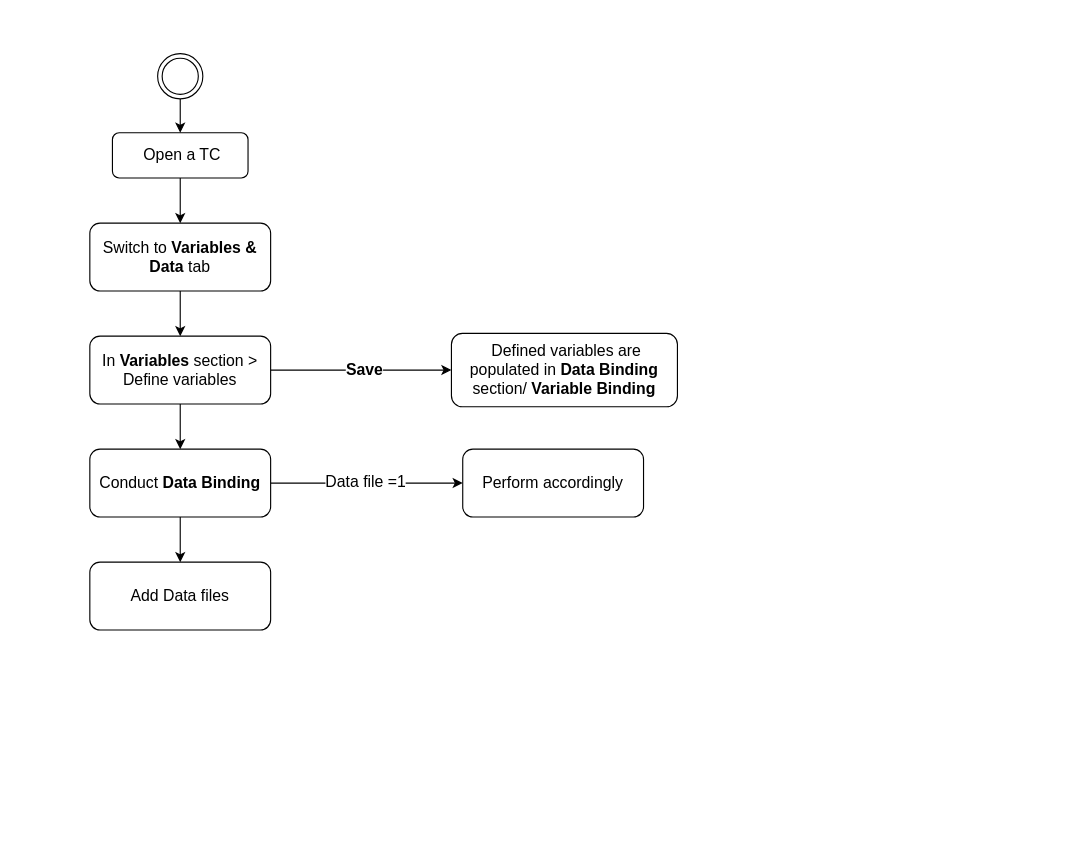
Above: flowchart.drawio in nhpthuy/chart (draw.io), before the change. Source tidied: cells renumbered, new cells numbered last; positions are measured from the earlier drawing's top-left corner, leaving out a move shared by most shapes. Both pictures are drawn from the tidied source at 113%, with x=0, y=0 at pixel (89, 53).
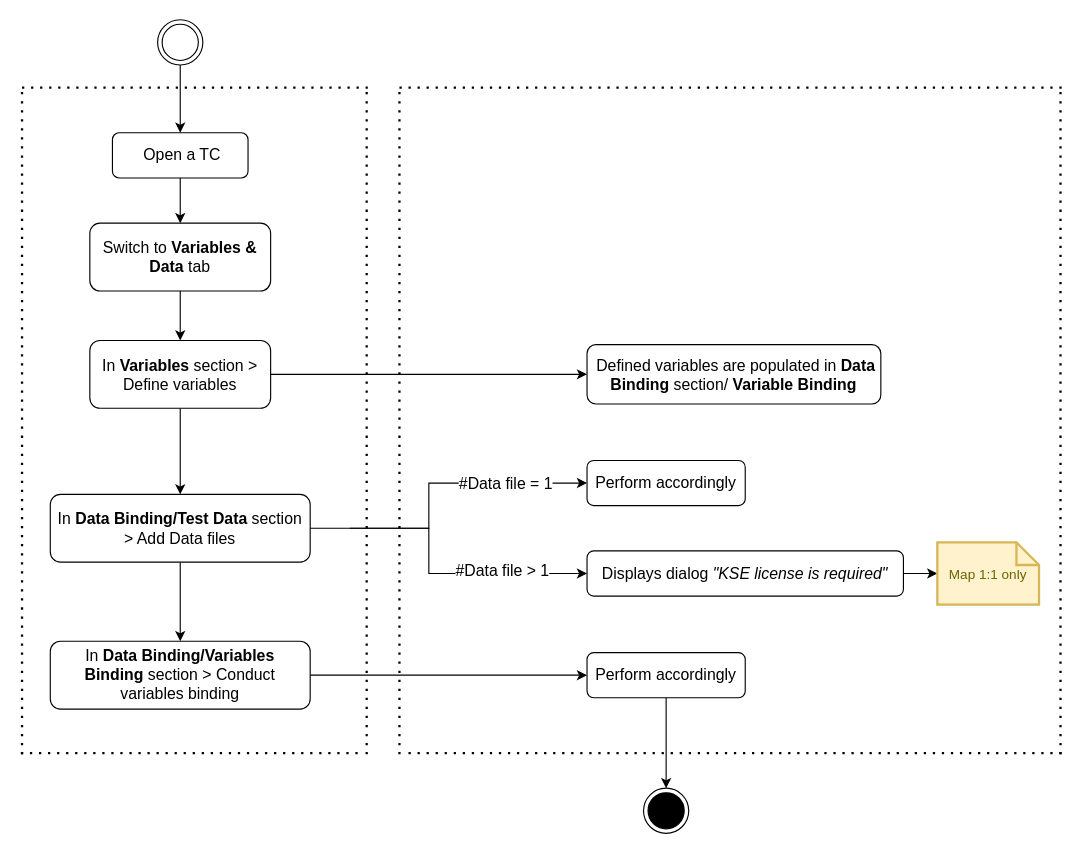
The same diagram, later.

The change refers to these unchanged cells:
```xml
<mxCell id="8" style="edgeStyle=orthogonalEdgeStyle;rounded=0;jettySize=auto;html=1;fontSize=14;" parent="1" edge="1" source="11" target="12">
  <mxGeometry relative="1" as="geometry" />
</mxCell>
```

Diff of the diagram source:
```diff
@@
     <mxCell id="5" style="ellipse;shape=doubleEllipse;html=1;dashed=0;whitespace=wrap;fontSize=14;" parent="1" vertex="1">
-      <mxGeometry x="60" width="40" height="40" as="geometry" />
+      <mxGeometry x="60" y="-30" width="40" height="40" as="geometry" />
     </mxCell>
@@
-    <mxCell id="9" value="Save" style="edgeLabel;html=1;align=center;verticalAlign=middle;fontSize=14;fontStyle=1;" parent="8" vertex="1">
-      <mxGeometry x="-0.17" y="2" relative="1" as="geometry">
-        <mxPoint x="16" y="1" as="offset" />
-      </mxGeometry>
-    </mxCell>
-    <mxCell id="10" style="edgeStyle=orthogonalEdgeStyle;rounded=0;jettySize=auto;html=1;fontSize=14;" parent="1" edge="1" source="11" target="16">
-      <mxGeometry relative="1" as="geometry" />
-    </mxCell>
+    <mxCell id="19" style="edgeStyle=orthogonalEdgeStyle;rounded=0;jettySize=auto;html=1;fontSize=14;" parent="1" edge="1" source="11" target="18">
+      <mxGeometry relative="1" as="geometry" />
+    </mxCell>
     <mxCell id="11" value="In &lt;b style=&quot;font-size: 14px;&quot;&gt;Variables&lt;/b&gt; section &amp;gt; Define variables" style="rounded=1;whiteSpace=wrap;html=1;fontSize=14;glass=0;strokeWidth=1;shadow=0;" parent="1" vertex="1">
-      <mxGeometry y="250" width="160" height="60" as="geometry" />
+      <mxGeometry y="253.8" width="160" height="60" as="geometry" />
     </mxCell>
     <mxCell id="12" value="&amp;nbsp;Defined variables are populated in &lt;b style=&quot;font-size: 14px;&quot;&gt;Data Binding&lt;/b&gt; section/ &lt;b style=&quot;font-size: 14px;&quot;&gt;Variable Binding&lt;/b&gt;" style="rounded=1;whiteSpace=wrap;html=1;fontSize=14;glass=0;strokeWidth=1;shadow=0;" parent="1" vertex="1">
-      <mxGeometry x="320" y="247.5" width="200" height="65" as="geometry" />
+      <mxGeometry x="440" y="257.5" width="260" height="52.5" as="geometry" />
     </mxCell>
-    <mxCell id="13" style="edgeStyle=orthogonalEdgeStyle;rounded=0;jettySize=auto;html=1;fontSize=14;" parent="1" edge="1" source="16" target="17">
-      <mxGeometry relative="1" as="geometry" />
+    <mxCell id="13" style="edgeStyle=orthogonalEdgeStyle;rounded=0;jettySize=auto;html=1;fontSize=14;exitX=1;exitY=0.5;exitDx=0;exitDy=0;entryX=0;entryY=0.5;entryDx=0;entryDy=0;" parent="1" edge="1" target="17">
+      <mxGeometry relative="1" as="geometry">
+        <mxPoint x="230" y="420" as="sourcePoint" />
+        <Array as="points">
+          <mxPoint x="300" y="420" />
+          <mxPoint x="300" y="380" />
+        </Array>
+      </mxGeometry>
     </mxCell>
-    <mxCell id="14" value="Data file =1" style="edgeLabel;html=1;align=center;verticalAlign=middle;fontSize=14;" parent="13" vertex="1">
-      <mxGeometry x="-0.02" y="2" relative="1" as="geometry" />
-    </mxCell>
-    <mxCell id="15" style="edgeStyle=orthogonalEdgeStyle;rounded=0;jettySize=auto;html=1;fontSize=14;" parent="1" edge="1" source="16" target="18">
-      <mxGeometry relative="1" as="geometry" />
-    </mxCell>
-    <mxCell id="16" value="Conduct &lt;b&gt;Data Binding&lt;/b&gt;" style="rounded=1;whiteSpace=wrap;html=1;fontSize=14;glass=0;strokeWidth=1;shadow=0;" parent="1" vertex="1">
-      <mxGeometry y="350" width="160" height="60" as="geometry" />
-    </mxCell>
+    <mxCell id="20" value="#Data file = 1" style="edgeLabel;html=1;align=center;verticalAlign=middle;fontSize=14;" parent="13" vertex="1">
+      <mxGeometry x="-0.07" y="1" relative="1" as="geometry">
+        <mxPoint x="61" y="1" as="offset" />
+      </mxGeometry>
+    </mxCell>
     <mxCell id="17" value="&amp;nbsp;Perform accordingly&amp;nbsp;" style="rounded=1;whiteSpace=wrap;html=1;fontSize=14;glass=0;strokeWidth=1;shadow=0;" parent="1" vertex="1">
-      <mxGeometry x="330" y="350" width="160" height="60" as="geometry" />
+      <mxGeometry x="440" y="360" width="140" height="40" as="geometry" />
     </mxCell>
+    <mxCell id="21" style="edgeStyle=orthogonalEdgeStyle;rounded=0;jettySize=auto;html=1;fontSize=14;" parent="1" edge="1" source="18" target="27">
+      <mxGeometry relative="1" as="geometry" />
+    </mxCell>
-    <mxCell id="18" value="Add Data files" style="rounded=1;whiteSpace=wrap;html=1;fontSize=14;glass=0;strokeWidth=1;shadow=0;" parent="1" vertex="1">
-      <mxGeometry y="450" width="160" height="60" as="geometry" />
+    <mxCell id="18" value="In &lt;b&gt;Data Binding/Test Data&amp;nbsp;&lt;/b&gt;section &amp;gt; Add Data files" style="rounded=1;whiteSpace=wrap;html=1;fontSize=14;glass=0;strokeWidth=1;shadow=0;" parent="1" vertex="1">
+      <mxGeometry x="-35" y="390" width="230" height="60" as="geometry" />
     </mxCell>
+    <mxCell id="22" style="edgeStyle=orthogonalEdgeStyle;rounded=0;jettySize=auto;html=1;fontSize=14;exitX=1;exitY=0.5;exitDx=0;exitDy=0;entryX=0;entryY=0.5;entryDx=0;entryDy=0;" parent="1" edge="1" source="18" target="25">
+      <mxGeometry relative="1" as="geometry">
+        <Array as="points">
+          <mxPoint x="300" y="420" />
+          <mxPoint x="300" y="460" />
+        </Array>
+      </mxGeometry>
+    </mxCell>
+    <mxCell id="23" value="#Data file &amp;gt; 1" style="edgeLabel;html=1;align=center;verticalAlign=middle;fontSize=14;" parent="22" vertex="1">
+      <mxGeometry x="-0.07" y="1" relative="1" as="geometry">
+        <mxPoint x="63" y="9" as="offset" />
+      </mxGeometry>
+    </mxCell>
+    <mxCell id="24" style="edgeStyle=orthogonalEdgeStyle;rounded=0;jettySize=auto;html=1;fontSize=14;entryX=0;entryY=0.5;entryDx=0;entryDy=0;entryPerimeter=0;" parent="1" edge="1" source="25" target="30">
+      <mxGeometry relative="1" as="geometry" />
+    </mxCell>
+    <mxCell id="25" value="&lt;p&gt;Displays dialog &lt;i&gt;&quot;KSE&amp;nbsp;&lt;span&gt;license is required&lt;/span&gt;&lt;span&gt;&quot;&lt;/span&gt;&lt;/i&gt;&lt;/p&gt;" style="rounded=1;whiteSpace=wrap;html=1;fontSize=14;glass=0;strokeWidth=1;shadow=0;" parent="1" vertex="1">
+      <mxGeometry x="440" y="440" width="280" height="40" as="geometry" />
+    </mxCell>
+    <mxCell id="26" style="edgeStyle=orthogonalEdgeStyle;rounded=0;jettySize=auto;html=1;entryX=0;entryY=0.5;entryDx=0;entryDy=0;fontSize=16;" parent="1" edge="1" source="27" target="29">
+      <mxGeometry relative="1" as="geometry" />
+    </mxCell>
+    <mxCell id="27" value="In &lt;b&gt;Data Binding/Variables Binding&amp;nbsp;&lt;/b&gt;section &amp;gt; Conduct variables binding" style="rounded=1;whiteSpace=wrap;html=1;fontSize=14;glass=0;strokeWidth=1;shadow=0;" parent="1" vertex="1">
+      <mxGeometry x="-35" y="520" width="230" height="60" as="geometry" />
+    </mxCell>
+    <mxCell id="28" style="edgeStyle=orthogonalEdgeStyle;rounded=0;jettySize=auto;html=1;fontSize=16;" parent="1" edge="1" source="29" target="31">
+      <mxGeometry relative="1" as="geometry" />
+    </mxCell>
+    <mxCell id="29" value="&amp;nbsp;Perform accordingly&amp;nbsp;" style="rounded=1;whiteSpace=wrap;html=1;fontSize=14;glass=0;strokeWidth=1;shadow=0;" parent="1" vertex="1">
+      <mxGeometry x="440" y="530" width="140" height="40" as="geometry" />
+    </mxCell>
+    <mxCell id="30" value="&lt;font style=&quot;font-size: 12px&quot;&gt;Map 1:1 only&lt;/font&gt;" style="shape=note;strokeWidth=2;fontSize=14;size=20;whiteSpace=wrap;html=1;fillColor=#fff2cc;strokeColor=#d6b656;fontColor=#666600;" parent="1" vertex="1">
+      <mxGeometry x="750" y="432.5" width="90" height="55" as="geometry" />
+    </mxCell>
+    <mxCell id="31" style="ellipse;html=1;shape=endState;fillColor=#000000;fontSize=16;" parent="1" vertex="1">
+      <mxGeometry x="490" y="650" width="40" height="40" as="geometry" />
+    </mxCell>
+    <mxCell id="32" style="endArrow=none;dashed=1;html=1;dashPattern=1 3;strokeWidth=2;fontSize=16;" parent="1" edge="1">
+      <mxGeometry relative="1" as="geometry">
+        <mxPoint x="245" y="620" as="sourcePoint" />
+        <mxPoint x="245" y="30" as="targetPoint" />
+      </mxGeometry>
+    </mxCell>
+    <mxCell id="33" style="endArrow=none;dashed=1;html=1;dashPattern=1 3;strokeWidth=2;fontSize=16;" parent="1" edge="1">
+      <mxGeometry relative="1" as="geometry">
+        <mxPoint x="-60" y="30" as="sourcePoint" />
+        <mxPoint x="250" y="30" as="targetPoint" />
+      </mxGeometry>
+    </mxCell>
+    <mxCell id="34" style="endArrow=none;dashed=1;html=1;dashPattern=1 3;strokeWidth=2;fontSize=16;" parent="1" edge="1">
+      <mxGeometry relative="1" as="geometry">
+        <mxPoint x="-61" y="619" as="sourcePoint" />
+        <mxPoint x="240" y="619" as="targetPoint" />
+      </mxGeometry>
+    </mxCell>
+    <mxCell id="35" style="endArrow=none;dashed=1;html=1;dashPattern=1 3;strokeWidth=2;fontSize=16;" parent="1" edge="1">
+      <mxGeometry relative="1" as="geometry">
+        <mxPoint x="-60" y="620" as="sourcePoint" />
+        <mxPoint x="-60" y="30" as="targetPoint" />
+      </mxGeometry>
+    </mxCell>
+    <mxCell id="36" style="endArrow=none;dashed=1;html=1;dashPattern=1 3;strokeWidth=2;fontSize=16;" parent="1" edge="1">
+      <mxGeometry relative="1" as="geometry">
+        <mxPoint x="274" y="30" as="sourcePoint" />
+        <mxPoint x="860" y="30" as="targetPoint" />
+      </mxGeometry>
+    </mxCell>
+    <mxCell id="37" style="endArrow=none;dashed=1;html=1;dashPattern=1 3;strokeWidth=2;fontSize=16;" parent="1" edge="1">
+      <mxGeometry relative="1" as="geometry">
+        <mxPoint x="274" y="620" as="sourcePoint" />
+        <mxPoint x="274" y="30" as="targetPoint" />
+      </mxGeometry>
+    </mxCell>
+    <mxCell id="38" style="endArrow=none;dashed=1;html=1;dashPattern=1 3;strokeWidth=2;fontSize=16;" parent="1" edge="1">
+      <mxGeometry relative="1" as="geometry">
+        <mxPoint x="282" y="619" as="sourcePoint" />
+        <mxPoint x="862" y="619" as="targetPoint" />
+      </mxGeometry>
+    </mxCell>
+    <mxCell id="39" style="endArrow=none;dashed=1;html=1;dashPattern=1 3;strokeWidth=2;fontSize=16;" parent="1" edge="1">
+      <mxGeometry relative="1" as="geometry">
+        <mxPoint x="859" y="620" as="sourcePoint" />
+        <mxPoint x="859" y="30" as="targetPoint" />
+      </mxGeometry>
+    </mxCell>
```
